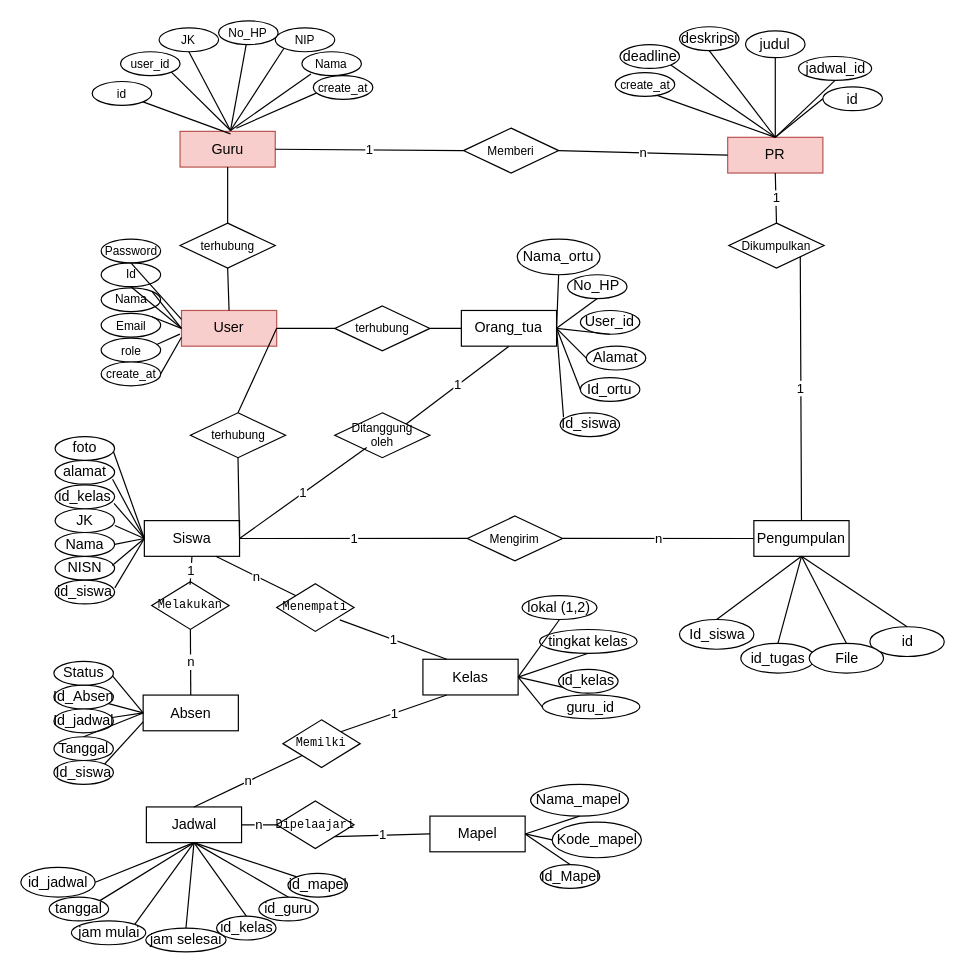
Before: page "Halaman-4" (3 of 4) of Diagram Tanpa Judul.drawio in bayudani/diagram, a draw.io diagram. Source tidied: cells renumbered, new cells numbered last; positions are measured from the earlier drawing's top-left corner, leaving out a move shared by most shapes. Both pictures are drawn from the tidied source at 119%, with x=0, y=0 at pixel (20, 20).
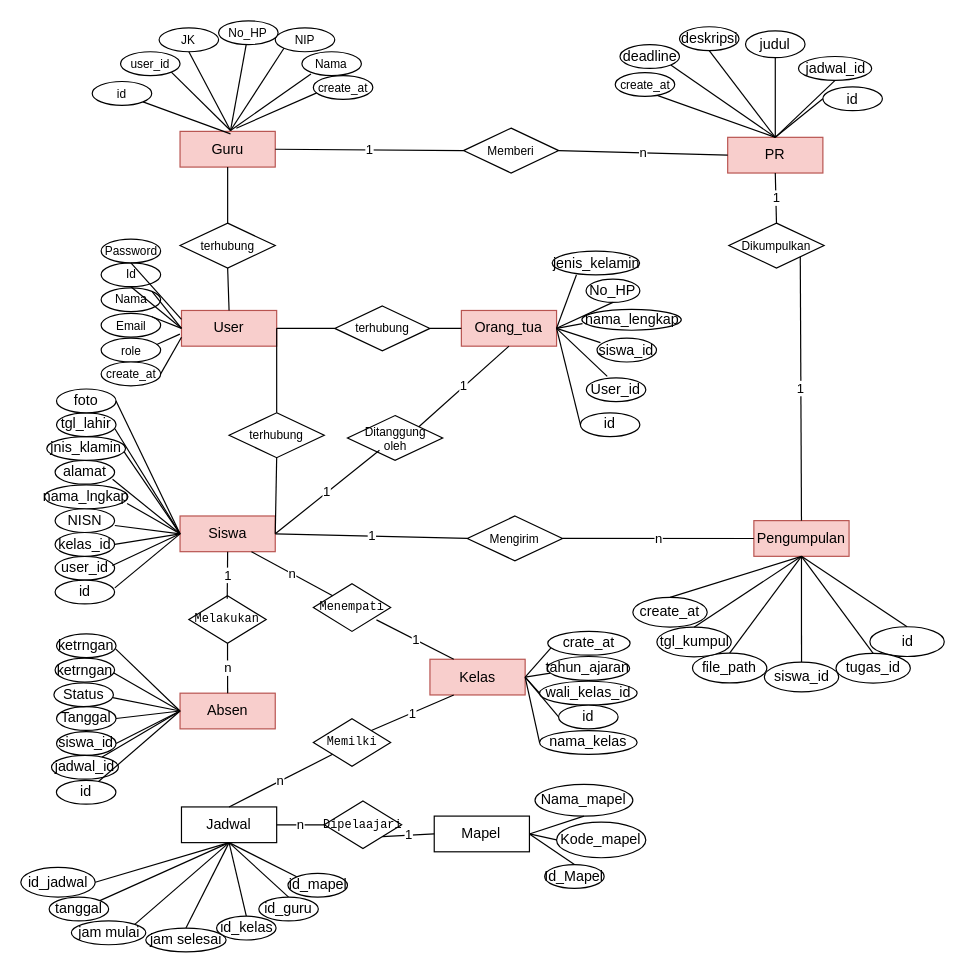
The same diagram, later.

What changed in the source:
```diff
@@
-    <mxCell id="2" value="Siswa" style="rounded=0;whiteSpace=wrap;html=1;" parent="1" vertex="1">
-      <mxGeometry x="103.8" y="420" width="80" height="30" as="geometry" />
+    <mxCell id="2" value="Siswa" style="rounded=0;whiteSpace=wrap;html=1;fillColor=#f8cecc;strokeColor=#b85450;" parent="1" vertex="1">
+      <mxGeometry x="133.8" y="416.1" width="80" height="30" as="geometry" />
     </mxCell>
@@
     <mxCell id="4" value="Jadwal" style="rounded=0;whiteSpace=wrap;html=1;" parent="1" vertex="1">
-      <mxGeometry x="105.5" y="660.6" width="80" height="30" as="geometry" />
+      <mxGeometry x="135" y="660.6" width="80" height="30" as="geometry" />
     </mxCell>
     <mxCell id="5" value="Mapel" style="rounded=0;whiteSpace=wrap;html=1;" parent="1" vertex="1">
-      <mxGeometry x="343.8" y="668.3" width="80" height="30" as="geometry" />
+      <mxGeometry x="347.4" y="668.3" width="80" height="30" as="geometry" />
     </mxCell>
-    <mxCell id="6" value="Absen" style="rounded=0;whiteSpace=wrap;html=1;" parent="1" vertex="1">
-      <mxGeometry x="102.8" y="566.6" width="80" height="30" as="geometry" />
+    <mxCell id="6" value="Absen" style="rounded=0;whiteSpace=wrap;html=1;fillColor=#f8cecc;strokeColor=#b85450;" parent="1" vertex="1">
+      <mxGeometry x="133.8" y="565" width="80" height="30" as="geometry" />
     </mxCell>
@@
-    <mxCell id="8" value="NISN" style="ellipse;whiteSpace=wrap;html=1;" parent="1" vertex="1">
+    <mxCell id="8" value="user_id" style="ellipse;whiteSpace=wrap;html=1;" parent="1" vertex="1">
       <mxGeometry x="28.8" y="450" width="50" height="20" as="geometry" />
     </mxCell>
@@
-    <mxCell id="10" value="Nama" style="ellipse;whiteSpace=wrap;html=1;" parent="1" vertex="1">
+    <mxCell id="10" value="kelas_id" style="ellipse;whiteSpace=wrap;html=1;" parent="1" vertex="1">
       <mxGeometry x="28.8" y="430" width="50" height="20" as="geometry" />
     </mxCell>
@@
-    <mxCell id="12" value="JK" style="ellipse;whiteSpace=wrap;html=1;" parent="1" vertex="1">
+    <mxCell id="12" value="NISN" style="ellipse;whiteSpace=wrap;html=1;" parent="1" vertex="1">
       <mxGeometry x="28.8" y="410" width="50" height="20" as="geometry" />
     </mxCell>
@@
-    <mxCell id="14" value="id_siswa" style="ellipse;whiteSpace=wrap;html=1;" parent="1" vertex="1">
+    <mxCell id="14" value="id" style="ellipse;whiteSpace=wrap;html=1;" parent="1" vertex="1">
       <mxGeometry x="28.8" y="470" width="50" height="20" as="geometry" />
     </mxCell>
-    <mxCell id="15" value="id_kelas" style="ellipse;whiteSpace=wrap;html=1;" parent="1" vertex="1">
-      <mxGeometry x="28.8" y="390" width="50" height="20" as="geometry" />
+    <mxCell id="15" value="nama_lngkap" style="ellipse;whiteSpace=wrap;html=1;" parent="1" vertex="1">
+      <mxGeometry x="20" y="390" width="70" height="20" as="geometry" />
     </mxCell>
@@
-    <mxCell id="23" value="foto" style="ellipse;whiteSpace=wrap;html=1;" parent="1" vertex="1">
-      <mxGeometry x="28.8" y="349.4" width="50" height="20" as="geometry" />
+    <mxCell id="23" value="jnis_klamin" style="ellipse;whiteSpace=wrap;html=1;" parent="1" vertex="1">
+      <mxGeometry x="21.8" y="349.4" width="66.2" height="20" as="geometry" />
     </mxCell>
@@
     <mxCell id="31" value="Id_Mapel" style="ellipse;whiteSpace=wrap;html=1;" parent="1" vertex="1">
-      <mxGeometry x="436.5" y="709" width="50" height="20" as="geometry" />
+      <mxGeometry x="440.2" y="709" width="50" height="20" as="geometry" />
     </mxCell>
     <mxCell id="32" value="Nama_mapel" style="ellipse;whiteSpace=wrap;html=1;" parent="1" vertex="1">
-      <mxGeometry x="428.4" y="641.6" width="82.2" height="26.7" as="geometry" />
+      <mxGeometry x="432.1" y="641.6" width="82.2" height="26.7" as="geometry" />
     </mxCell>
     <mxCell id="33" value="Kode_mapel" style="ellipse;whiteSpace=wrap;html=1;" parent="1" vertex="1">
-      <mxGeometry x="446.5" y="673.3" width="75" height="30" as="geometry" />
+      <mxGeometry x="450.2" y="673.3" width="75" height="30" as="geometry" />
     </mxCell>
@@
-    <mxCell id="37" value="Id_Absen" style="ellipse;whiteSpace=wrap;html=1;" parent="1" vertex="1">
-      <mxGeometry x="27.8" y="558.3" width="50" height="20" as="geometry" />
+    <mxCell id="37" value="id" style="ellipse;whiteSpace=wrap;html=1;" parent="1" vertex="1">
+      <mxGeometry x="29.9" y="638.3" width="50" height="20" as="geometry" />
     </mxCell>
-    <mxCell id="38" value="Id_siswa" style="ellipse;whiteSpace=wrap;html=1;" parent="1" vertex="1">
-      <mxGeometry x="27.8" y="621.6" width="50" height="20" as="geometry" />
+    <mxCell id="38" value="siswa_id" style="ellipse;whiteSpace=wrap;html=1;" parent="1" vertex="1">
+      <mxGeometry x="30" y="597.3" width="50" height="20" as="geometry" />
     </mxCell>
-    <mxCell id="39" value="Id_jadwal" style="ellipse;whiteSpace=wrap;html=1;" parent="1" vertex="1">
-      <mxGeometry x="27.8" y="578.3" width="50" height="20" as="geometry" />
+    <mxCell id="39" value="jadwal_id" style="ellipse;whiteSpace=wrap;html=1;" parent="1" vertex="1">
+      <mxGeometry x="25.8" y="617.3" width="56.2" height="20" as="geometry" />
     </mxCell>
     <mxCell id="40" value="Tanggal" style="ellipse;whiteSpace=wrap;html=1;" parent="1" vertex="1">
-      <mxGeometry x="27.8" y="601.6" width="50" height="20" as="geometry" />
+      <mxGeometry x="30" y="576.3" width="50" height="20" as="geometry" />
     </mxCell>
     <mxCell id="41" value="Status" style="ellipse;whiteSpace=wrap;html=1;" parent="1" vertex="1">
-      <mxGeometry x="27.8" y="538.3" width="50" height="20" as="geometry" />
+      <mxGeometry x="27.8" y="556.3" width="50" height="20" as="geometry" />
     </mxCell>
@@
-    <mxCell id="44" style="endArrow=none;html=1;rounded=0;entryX=0;entryY=0.5;entryDx=0;entryDy=0;exitX=0.5;exitY=0;exitDx=0;exitDy=0;" parent="1" edge="1" source="40" target="6">
+    <mxCell id="44" style="endArrow=none;html=1;rounded=0;entryX=0;entryY=0.5;entryDx=0;entryDy=0;exitX=1;exitY=0.5;exitDx=0;exitDy=0;" parent="1" edge="1" source="40" target="6">
       <mxGeometry relative="1" as="geometry" />
     </mxCell>
-    <mxCell id="45" style="endArrow=none;html=1;rounded=0;entryX=0;entryY=0.75;entryDx=0;entryDy=0;exitX=1;exitY=0;exitDx=0;exitDy=0;" parent="1" edge="1" source="38" target="6">
+    <mxCell id="45" style="endArrow=none;html=1;rounded=0;exitX=1;exitY=0.5;exitDx=0;exitDy=0;entryX=0;entryY=0.5;entryDx=0;entryDy=0;" parent="1" edge="1" source="38" target="6">
       <mxGeometry relative="1" as="geometry" />
     </mxCell>
@@
-    <mxCell id="62" value="Kelas" style="rounded=0;whiteSpace=wrap;html=1;" parent="1" vertex="1">
-      <mxGeometry x="337.9" y="536.5" width="80" height="30" as="geometry" />
+    <mxCell id="62" value="Kelas" style="rounded=0;whiteSpace=wrap;html=1;fillColor=#f8cecc;strokeColor=#b85450;" parent="1" vertex="1">
+      <mxGeometry x="343.8" y="536.5" width="80" height="30" as="geometry" />
     </mxCell>
-    <mxCell id="63" value="tingkat kelas" style="ellipse;whiteSpace=wrap;html=1;" parent="1" vertex="1">
-      <mxGeometry x="435.9" y="511.5" width="82" height="20" as="geometry" />
+    <mxCell id="63" value="wali_kelas_id" style="ellipse;whiteSpace=wrap;html=1;" parent="1" vertex="1">
+      <mxGeometry x="435.9" y="555" width="82" height="20" as="geometry" />
     </mxCell>
-    <mxCell id="64" value="lokal (1,2)" style="ellipse;whiteSpace=wrap;html=1;" parent="1" vertex="1">
-      <mxGeometry x="421.2" y="483.1" width="63" height="20" as="geometry" />
+    <mxCell id="64" value="tahun_ajaran" style="ellipse;whiteSpace=wrap;html=1;" parent="1" vertex="1">
+      <mxGeometry x="442.4" y="534.2" width="69.2" height="20" as="geometry" />
     </mxCell>
-    <mxCell id="65" style="endArrow=none;html=1;rounded=0;exitX=1;exitY=0.5;exitDx=0;exitDy=0;entryX=0.5;entryY=1;entryDx=0;entryDy=0;" parent="1" edge="1" source="62" target="68">
+    <mxCell id="65" style="endArrow=none;html=1;rounded=0;exitX=1;exitY=0.5;exitDx=0;exitDy=0;entryX=0;entryY=0.5;entryDx=0;entryDy=0;" parent="1" edge="1" source="62" target="68">
       <mxGeometry relative="1" as="geometry" />
     </mxCell>
-    <mxCell id="66" style="endArrow=none;html=1;rounded=0;entryX=0.5;entryY=1;entryDx=0;entryDy=0;exitX=1;exitY=0.5;exitDx=0;exitDy=0;" parent="1" edge="1" source="62" target="64">
+    <mxCell id="66" style="endArrow=none;html=1;rounded=0;entryX=0.039;entryY=0.696;entryDx=0;entryDy=0;exitX=1;exitY=0.5;exitDx=0;exitDy=0;entryPerimeter=0;" parent="1" edge="1" source="62" target="64">
       <mxGeometry relative="1" as="geometry" />
     </mxCell>
-    <mxCell id="67" style="endArrow=none;html=1;rounded=0;exitX=0.5;exitY=1;exitDx=0;exitDy=0;entryX=1;entryY=0.5;entryDx=0;entryDy=0;" parent="1" edge="1" source="63" target="62">
+    <mxCell id="67" style="endArrow=none;html=1;rounded=0;exitX=0;exitY=0.5;exitDx=0;exitDy=0;entryX=1;entryY=0.5;entryDx=0;entryDy=0;" parent="1" edge="1" source="63" target="62">
       <mxGeometry relative="1" as="geometry" />
     </mxCell>
-    <mxCell id="68" value="id_kelas" style="ellipse;whiteSpace=wrap;html=1;" parent="1" vertex="1">
-      <mxGeometry x="451.9" y="545" width="50" height="20" as="geometry" />
+    <mxCell id="68" value="id" style="ellipse;whiteSpace=wrap;html=1;" parent="1" vertex="1">
+      <mxGeometry x="451.9" y="575" width="50" height="20" as="geometry" />
     </mxCell>
-    <mxCell id="69" value="guru_id" style="ellipse;whiteSpace=wrap;html=1;" parent="1" vertex="1">
-      <mxGeometry x="438.2" y="566.5" width="82" height="20" as="geometry" />
+    <mxCell id="69" value="nama_kelas" style="ellipse;whiteSpace=wrap;html=1;" parent="1" vertex="1">
+      <mxGeometry x="435.9" y="596.4" width="82" height="20" as="geometry" />
     </mxCell>
@@
     <mxCell id="82" value="terhubung" style="rhombus;whiteSpace=wrap;html=1;fontSize=10;" parent="1" vertex="1">
-      <mxGeometry x="142.5" y="329.4" width="80" height="37.7" as="geometry" />
+      <mxGeometry x="175" y="329.4" width="80" height="37.7" as="geometry" />
     </mxCell>
     <mxCell id="83" value="Ditanggung&lt;div&gt;oleh&lt;/div&gt;" style="rhombus;whiteSpace=wrap;html=1;fontSize=10;" parent="1" vertex="1">
-      <mxGeometry x="263.8" y="329.4" width="80" height="37.7" as="geometry" />
+      <mxGeometry x="274.5" y="331.7" width="80" height="37.7" as="geometry" />
     </mxCell>
@@
     <mxCell id="85" value="&lt;p&gt;&lt;code&gt;Melakukan&lt;/code&gt;&lt;/p&gt;" style="rhombus;whiteSpace=wrap;html=1;fontSize=10;" parent="1" vertex="1">
-      <mxGeometry x="110" y="471.4" width="65" height="40" as="geometry" />
+      <mxGeometry x="141.2" y="483.1" width="65" height="40" as="geometry" />
     </mxCell>
@@
-    <mxCell id="103" value="Pengumpulan" style="rounded=0;whiteSpace=wrap;html=1;" parent="1" vertex="1">
+    <mxCell id="103" value="Pengumpulan" style="rounded=0;whiteSpace=wrap;html=1;fillColor=#f8cecc;strokeColor=#b85450;" parent="1" vertex="1">
       <mxGeometry x="616" y="420" width="80" height="30" as="geometry" />
     </mxCell>
@@
-    <mxCell id="105" value="Id_siswa" style="ellipse;whiteSpace=wrap;html=1;" parent="1" vertex="1">
-      <mxGeometry x="553.5" y="503.1" width="62.5" height="25" as="geometry" />
+    <mxCell id="105" value="siswa_id" style="ellipse;whiteSpace=wrap;html=1;" parent="1" vertex="1">
+      <mxGeometry x="624.8" y="538.9" width="62.5" height="25" as="geometry" />
     </mxCell>
-    <mxCell id="106" value="id_tugas" style="ellipse;whiteSpace=wrap;html=1;" parent="1" vertex="1">
-      <mxGeometry x="605" y="523.1" width="62.5" height="25" as="geometry" />
+    <mxCell id="106" value="tugas_id" style="ellipse;whiteSpace=wrap;html=1;" parent="1" vertex="1">
+      <mxGeometry x="685" y="531.5" width="62.5" height="25" as="geometry" />
     </mxCell>
-    <mxCell id="107" value="File" style="ellipse;whiteSpace=wrap;html=1;" parent="1" vertex="1">
-      <mxGeometry x="662.5" y="523.1" width="62.5" height="25" as="geometry" />
+    <mxCell id="107" value="file_path" style="ellipse;whiteSpace=wrap;html=1;" parent="1" vertex="1">
+      <mxGeometry x="564.4" y="531.4" width="62.5" height="25" as="geometry" />
     </mxCell>
@@
     <mxCell id="116" value="&lt;p&gt;&lt;code&gt;Menempati&lt;/code&gt;&lt;/p&gt;" style="rhombus;whiteSpace=wrap;html=1;fontSize=10;" parent="1" vertex="1">
-      <mxGeometry x="215" y="473.1" width="65" height="40" as="geometry" />
+      <mxGeometry x="245.8" y="473.1" width="65" height="40" as="geometry" />
     </mxCell>
@@
     <mxCell id="119" value="&lt;p&gt;&lt;code&gt;Memilki&lt;/code&gt;&lt;/p&gt;" style="rhombus;whiteSpace=wrap;html=1;fontSize=10;" parent="1" vertex="1">
-      <mxGeometry x="220.2" y="587.4" width="65" height="40" as="geometry" />
+      <mxGeometry x="245.8" y="586.4" width="65" height="40" as="geometry" />
     </mxCell>
@@
     <mxCell id="122" value="&lt;p&gt;&lt;code&gt;Dipelaajari&lt;/code&gt;&lt;/p&gt;" style="rhombus;whiteSpace=wrap;html=1;fontSize=10;" parent="1" vertex="1">
-      <mxGeometry x="215" y="655.6" width="65" height="40" as="geometry" />
+      <mxGeometry x="255" y="655.6" width="65" height="40" as="geometry" />
     </mxCell>
@@
-    <mxCell id="125" value="Orang_tua" style="rounded=0;whiteSpace=wrap;html=1;" parent="1" vertex="1">
+    <mxCell id="125" value="Orang_tua" style="rounded=0;whiteSpace=wrap;html=1;fillColor=#f8cecc;strokeColor=#b85450;" parent="1" vertex="1">
       <mxGeometry x="370.2" y="243.4" width="80" height="30" as="geometry" />
     </mxCell>
-    <mxCell id="126" value="Id_ortu" style="ellipse;whiteSpace=wrap;html=1;" parent="1" vertex="1">
-      <mxGeometry x="470.2" y="299.8" width="50" height="20" as="geometry" />
+    <mxCell id="126" value="id" style="ellipse;whiteSpace=wrap;html=1;" parent="1" vertex="1">
+      <mxGeometry x="470.2" y="329.4" width="50" height="20" as="geometry" />
     </mxCell>
     <mxCell id="127" value="User_id" style="ellipse;whiteSpace=wrap;html=1;" parent="1" vertex="1">
-      <mxGeometry x="470.2" y="243.4" width="50" height="20" as="geometry" />
+      <mxGeometry x="475.2" y="300" width="50" height="20" as="geometry" />
     </mxCell>
-    <mxCell id="128" value="Nama_ortu" style="ellipse;whiteSpace=wrap;html=1;" parent="1" vertex="1">
-      <mxGeometry x="417.2" y="183.4" width="69.5" height="30" as="geometry" />
+    <mxCell id="128" value="nama_lengkap" style="ellipse;whiteSpace=wrap;html=1;" parent="1" vertex="1">
+      <mxGeometry x="471.5" y="242.5" width="83.5" height="17.5" as="geometry" />
     </mxCell>
     <mxCell id="129" value="No_HP" style="ellipse;whiteSpace=wrap;html=1;" parent="1" vertex="1">
-      <mxGeometry x="459.4" y="213.4" width="50" height="20" as="geometry" />
+      <mxGeometry x="475" y="217" width="45.2" height="19.6" as="geometry" />
     </mxCell>
-    <mxCell id="130" value="Alamat" style="ellipse;whiteSpace=wrap;html=1;" parent="1" vertex="1">
-      <mxGeometry x="475.2" y="273.4" width="50" height="20" as="geometry" />
+    <mxCell id="130" value="jenis_kelamin" style="ellipse;whiteSpace=wrap;html=1;" parent="1" vertex="1">
+      <mxGeometry x="446.5" y="193.5" width="73.5" height="20" as="geometry" />
     </mxCell>
-    <mxCell id="131" style="endArrow=none;html=1;rounded=0;entryX=1;entryY=0.5;entryDx=0;entryDy=0;exitX=0;exitY=0.5;exitDx=0;exitDy=0;" parent="1" edge="1" source="130" target="125">
+    <mxCell id="131" style="endArrow=none;html=1;rounded=0;entryX=1;entryY=0.5;entryDx=0;entryDy=0;exitX=0.278;exitY=0.991;exitDx=0;exitDy=0;exitPerimeter=0;" parent="1" edge="1" source="130" target="125">
       <mxGeometry relative="1" as="geometry" />
     </mxCell>
-    <mxCell id="132" style="endArrow=none;html=1;rounded=0;entryX=1;entryY=0.5;entryDx=0;entryDy=0;exitX=0.5;exitY=1;exitDx=0;exitDy=0;" parent="1" edge="1" source="128" target="125">
+    <mxCell id="132" style="endArrow=none;html=1;rounded=0;entryX=1;entryY=0.5;entryDx=0;entryDy=0;exitX=0.006;exitY=0.683;exitDx=0;exitDy=0;exitPerimeter=0;" parent="1" edge="1" source="128" target="125">
       <mxGeometry relative="1" as="geometry" />
     </mxCell>
@@
-    <mxCell id="134" style="endArrow=none;html=1;rounded=0;entryX=1;entryY=0.5;entryDx=0;entryDy=0;exitX=0.5;exitY=1;exitDx=0;exitDy=0;" parent="1" edge="1" source="127" target="125">
+    <mxCell id="134" style="endArrow=none;html=1;rounded=0;entryX=1;entryY=0.5;entryDx=0;entryDy=0;exitX=0.352;exitY=-0.062;exitDx=0;exitDy=0;exitPerimeter=0;" parent="1" edge="1" source="127" target="125">
       <mxGeometry relative="1" as="geometry" />
     </mxCell>
@@
-    <mxCell id="136" value="Id_siswa" style="ellipse;whiteSpace=wrap;html=1;" parent="1" vertex="1">
-      <mxGeometry x="453.2" y="329.4" width="50" height="20" as="geometry" />
+    <mxCell id="136" value="siswa_id" style="ellipse;whiteSpace=wrap;html=1;" parent="1" vertex="1">
+      <mxGeometry x="484.2" y="266.7" width="50" height="20" as="geometry" />
     </mxCell>
@@
+    <mxCell id="156" value="tgl_lahir" style="ellipse;whiteSpace=wrap;html=1;" parent="1" vertex="1">
+      <mxGeometry x="30" y="329.4" width="50" height="20" as="geometry" />
+    </mxCell>
+    <mxCell id="157" value="foto" style="ellipse;whiteSpace=wrap;html=1;" parent="1" vertex="1">
+      <mxGeometry x="30" y="309.4" width="50" height="20" as="geometry" />
+    </mxCell>
+    <mxCell id="158" style="endArrow=none;html=1;rounded=0;entryX=0.978;entryY=0.659;entryDx=0;entryDy=0;exitX=0;exitY=0.5;exitDx=0;exitDy=0;entryPerimeter=0;" parent="1" edge="1" source="2" target="156">
+      <mxGeometry relative="1" as="geometry" />
+    </mxCell>
+    <mxCell id="159" style="endArrow=none;html=1;rounded=0;entryX=1;entryY=0.5;entryDx=0;entryDy=0;exitX=0;exitY=0.5;exitDx=0;exitDy=0;" parent="1" edge="1" source="2" target="157">
+      <mxGeometry relative="1" as="geometry" />
+    </mxCell>
+    <mxCell id="160" value="tgl_kumpul" style="ellipse;whiteSpace=wrap;html=1;" parent="1" vertex="1">
+      <mxGeometry x="534.5" y="509.5" width="62.5" height="25" as="geometry" />
+    </mxCell>
+    <mxCell id="161" style="endArrow=none;html=1;rounded=0;entryX=0.5;entryY=0;entryDx=0;entryDy=0;exitX=0.5;exitY=1;exitDx=0;exitDy=0;" parent="1" edge="1" source="103" target="160">
+      <mxGeometry relative="1" as="geometry" />
+    </mxCell>
+    <mxCell id="162" style="endArrow=none;html=1;rounded=0;entryX=0.5;entryY=0;entryDx=0;entryDy=0;exitX=0.5;exitY=1;exitDx=0;exitDy=0;" parent="1" edge="1" source="103" target="163">
+      <mxGeometry relative="1" as="geometry" />
+    </mxCell>
+    <mxCell id="163" value="create_at" style="ellipse;whiteSpace=wrap;html=1;" parent="1" vertex="1">
+      <mxGeometry x="514.3" y="484.5" width="62.5" height="25" as="geometry" />
+    </mxCell>
+    <mxCell id="164" value="crate_at" style="ellipse;whiteSpace=wrap;html=1;" parent="1" vertex="1">
+      <mxGeometry x="442.8" y="513.1" width="69.2" height="20" as="geometry" />
+    </mxCell>
+    <mxCell id="165" style="endArrow=none;html=1;rounded=0;entryX=0.039;entryY=0.696;entryDx=0;entryDy=0;exitX=1;exitY=0.5;exitDx=0;exitDy=0;entryPerimeter=0;" parent="1" edge="1" source="62" target="164">
+      <mxGeometry relative="1" as="geometry" />
+    </mxCell>
+    <mxCell id="166" value="ketrngan" style="ellipse;whiteSpace=wrap;html=1;" parent="1" vertex="1">
+      <mxGeometry x="28.8" y="535.6" width="50" height="20" as="geometry" />
+    </mxCell>
+    <mxCell id="167" style="endArrow=none;html=1;rounded=0;entryX=0;entryY=0.5;entryDx=0;entryDy=0;exitX=0.988;exitY=0.623;exitDx=0;exitDy=0;exitPerimeter=0;" parent="1" edge="1" source="166" target="6">
+      <mxGeometry relative="1" as="geometry" />
+    </mxCell>
+    <mxCell id="168" value="ketrngan" style="ellipse;whiteSpace=wrap;html=1;" parent="1" vertex="1">
+      <mxGeometry x="30" y="515.1" width="50" height="20" as="geometry" />
+    </mxCell>
+    <mxCell id="169" style="endArrow=none;html=1;rounded=0;entryX=0;entryY=0.5;entryDx=0;entryDy=0;exitX=0.988;exitY=0.623;exitDx=0;exitDy=0;exitPerimeter=0;" parent="1" edge="1" source="168" target="6">
+      <mxGeometry relative="1" as="geometry" />
+    </mxCell>
```
